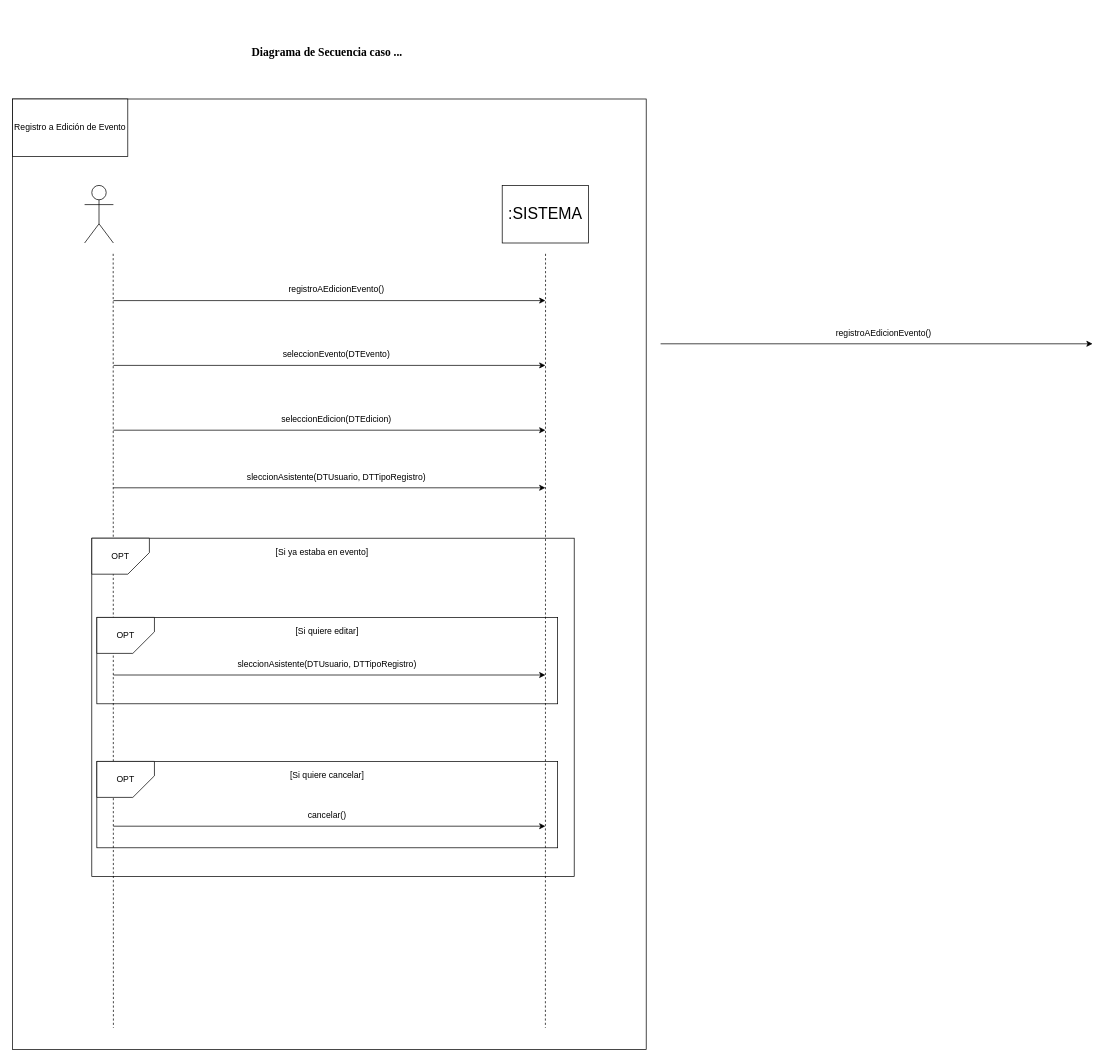
Before: Registro a Edicion de Evento.drawio in franscaletti/tprog, a draw.io diagram. Source tidied: cells renumbered, new cells numbered last; positions are measured from the earlier drawing's top-left corner, leaving out a move shared by most shapes. Both pictures are drawn from the tidied source at 72%, with x=0, y=0 at pixel (12, 12).
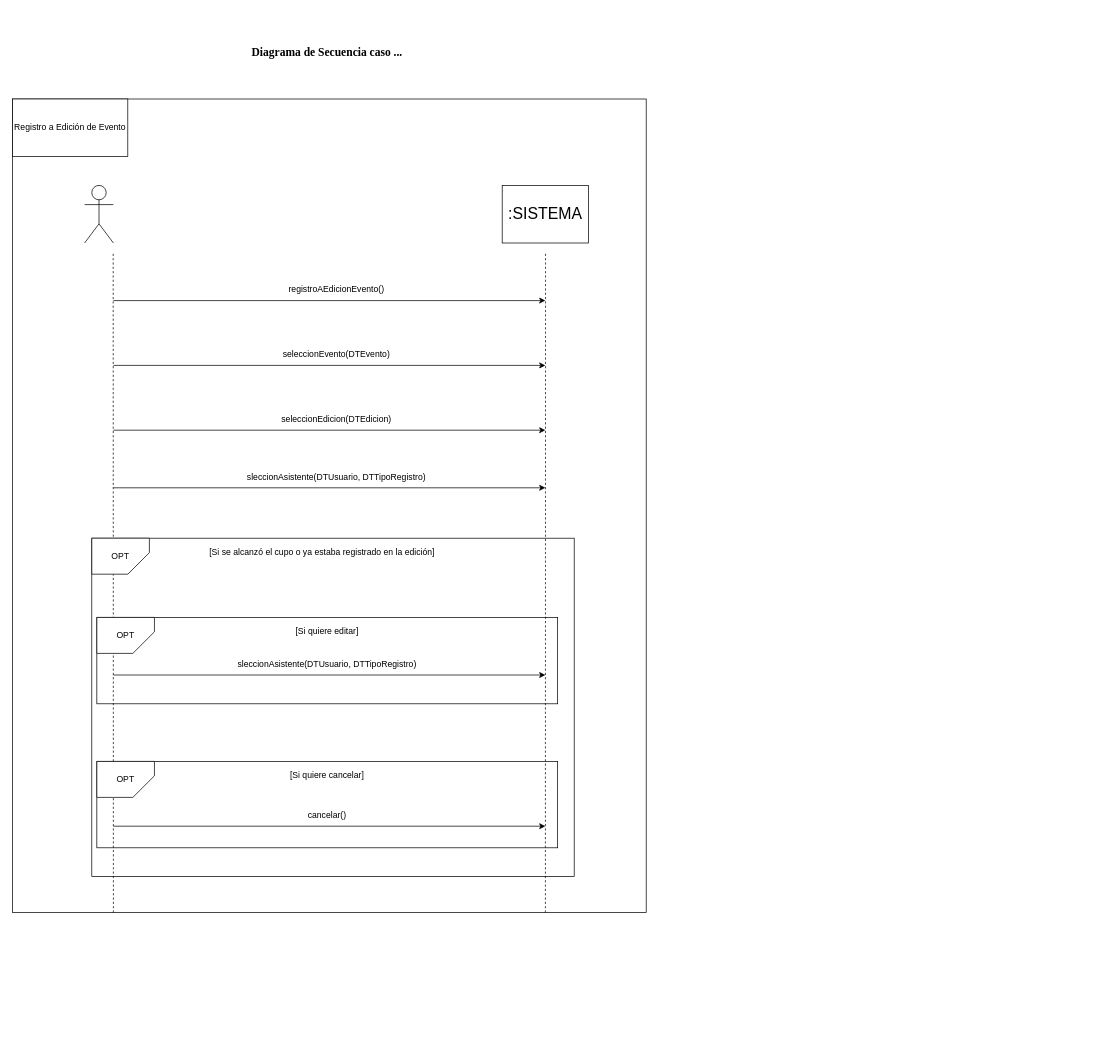
After the change.

The edit, as a diff of the source:
```diff
@@
     <mxCell id="2" style="rounded=0;whiteSpace=wrap;html=1;fillColor=none;" parent="1" vertex="1">
-      <mxGeometry y="120" width="880" height="1320" as="geometry" />
+      <mxGeometry y="120" width="880" height="1130" as="geometry" />
     </mxCell>
@@
     <mxCell id="9" style="endArrow=none;dashed=1;html=1;rounded=0;" parent="1" edge="1">
       <mxGeometry relative="1" as="geometry">
         <mxPoint x="139.7" y="335" as="sourcePoint" />
-        <mxPoint x="140" y="1410" as="targetPoint" />
+        <mxPoint x="140" y="1250" as="targetPoint" />
       </mxGeometry>
     </mxCell>
     <mxCell id="10" style="endArrow=none;dashed=1;html=1;rounded=0;" parent="1" edge="1">
       <mxGeometry relative="1" as="geometry">
         <mxPoint x="740.2" y="335" as="sourcePoint" />
-        <mxPoint x="740" y="1410" as="targetPoint" />
+        <mxPoint x="740" y="1250" as="targetPoint" />
       </mxGeometry>
     </mxCell>
@@
-    <mxCell id="12" value="[Si ya estaba en evento]" style="text;html=1;align=center;verticalAlign=middle;whiteSpace=wrap;rounded=0;" parent="1" vertex="1">
+    <mxCell id="12" value="[Si se alcanzó el cupo o ya estaba registrado en la edición]" style="text;html=1;align=center;verticalAlign=middle;whiteSpace=wrap;rounded=0;" parent="1" vertex="1">
       <mxGeometry x="190" y="730" width="480" height="40" as="geometry" />
     </mxCell>
@@
-    <mxCell id="14" style="endArrow=classic;html=1;rounded=0;" parent="1" edge="1">
-      <mxGeometry relative="1" as="geometry">
-        <mxPoint x="900" y="460" as="sourcePoint" />
-        <mxPoint x="1500" y="460" as="targetPoint" />
-      </mxGeometry>
-    </mxCell>
-    <mxCell id="15" value="registroAEdicionEvento()" style="text;html=1;align=center;verticalAlign=middle;whiteSpace=wrap;rounded=0;" parent="1" vertex="1">
-      <mxGeometry x="970" y="430" width="480" height="30" as="geometry" />
-    </mxCell>
```
